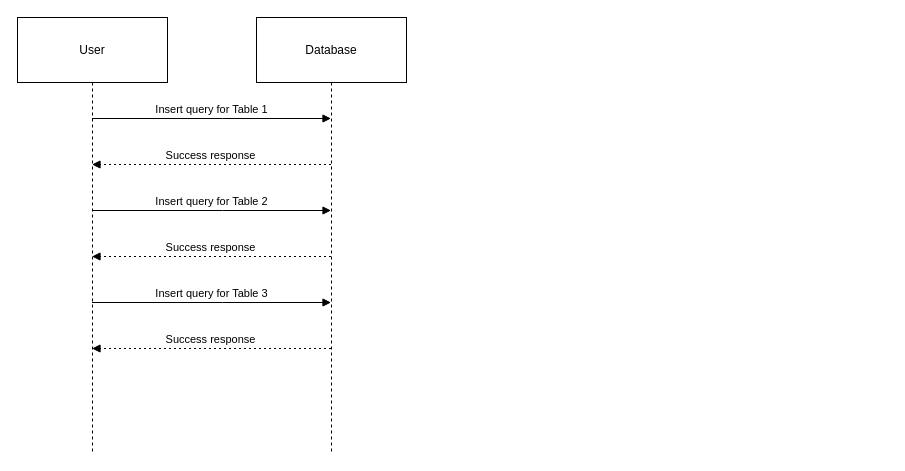
Earlier version of the draw.io diagram fnv_sequence_diagram.drawio (bb-midhunps/diagrams). Source tidied: cells renumbered, new cells numbered last; positions are measured from the earlier drawing's top-left corner, leaving out a move shared by most shapes. Both pictures are drawn from the tidied source at 100%, with x=0, y=0 at pixel (17, 17).
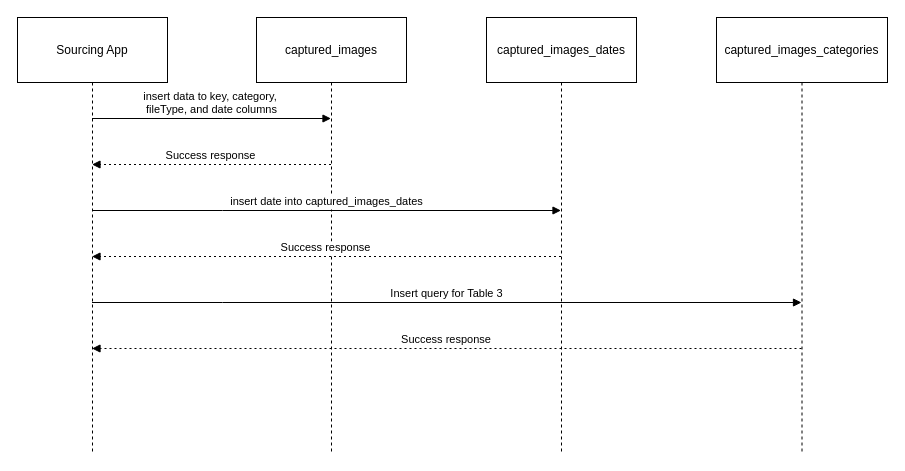
After the change.

What changed in the source:
```diff
@@
 <mxGraphModel>
   <root>
     <mxCell id="0" />
     <mxCell id="1" parent="0" />
-    <mxCell id="2" value="User" style="shape=umlLifeline;perimeter=lifelinePerimeter;whiteSpace=wrap;outlineConnect=0;portConstraint=eastwest;newEdgeStyle={&quot;edgeStyle&quot;:&quot;elbowEdgeStyle&quot;,&quot;elbow&quot;:&quot;vertical&quot;,&quot;curved&quot;:0,&quot;rounded&quot;:0};size=65;" parent="1" vertex="1">
+    <mxCell id="2" value="Sourcing App" style="shape=umlLifeline;perimeter=lifelinePerimeter;whiteSpace=wrap;outlineConnect=0;portConstraint=eastwest;newEdgeStyle={&quot;edgeStyle&quot;:&quot;elbowEdgeStyle&quot;,&quot;elbow&quot;:&quot;vertical&quot;,&quot;curved&quot;:0,&quot;rounded&quot;:0};size=65;" parent="1" vertex="1">
       <mxGeometry width="150" height="436" as="geometry" />
     </mxCell>
-    <mxCell id="3" value="Database" style="shape=umlLifeline;perimeter=lifelinePerimeter;whiteSpace=wrap;outlineConnect=0;portConstraint=eastwest;newEdgeStyle={&quot;edgeStyle&quot;:&quot;elbowEdgeStyle&quot;,&quot;elbow&quot;:&quot;vertical&quot;,&quot;curved&quot;:0,&quot;rounded&quot;:0};size=65;" parent="1" vertex="1">
+    <mxCell id="3" value="captured_images" style="shape=umlLifeline;perimeter=lifelinePerimeter;whiteSpace=wrap;outlineConnect=0;portConstraint=eastwest;newEdgeStyle={&quot;edgeStyle&quot;:&quot;elbowEdgeStyle&quot;,&quot;elbow&quot;:&quot;vertical&quot;,&quot;curved&quot;:0,&quot;rounded&quot;:0};size=65;" parent="1" vertex="1">
       <mxGeometry x="239" width="150" height="436" as="geometry" />
     </mxCell>
-    <mxCell id="4" value="Insert query for Table 1" style="verticalAlign=bottom;endArrow=block;edgeStyle=elbowEdgeStyle;elbow=vertical;curved=0;rounded=0;" parent="1" edge="1" source="2" target="3">
+    <mxCell id="4" value="insert data to key, category, &#10;fileType, and date columns" style="verticalAlign=bottom;endArrow=block;edgeStyle=elbowEdgeStyle;elbow=horizontal;curved=0;rounded=0;" parent="1" edge="1" source="2" target="3">
       <mxGeometry relative="1" as="geometry">
         <Array as="points">
           <mxPoint x="205" y="101" />
         </Array>
       </mxGeometry>
     </mxCell>
     <mxCell id="5" value="Success response" style="verticalAlign=bottom;endArrow=block;edgeStyle=elbowEdgeStyle;elbow=vertical;curved=0;rounded=0;dashed=1;dashPattern=2 3;" parent="1" edge="1" source="3" target="2">
       <mxGeometry relative="1" as="geometry">
         <Array as="points">
           <mxPoint x="205" y="147" />
         </Array>
       </mxGeometry>
     </mxCell>
-    <mxCell id="6" value="Insert query for Table 2" style="verticalAlign=bottom;endArrow=block;edgeStyle=elbowEdgeStyle;elbow=vertical;curved=0;rounded=0;" parent="1" edge="1" source="2" target="3">
+    <mxCell id="6" value="insert date into captured_images_dates" style="verticalAlign=bottom;endArrow=block;edgeStyle=elbowEdgeStyle;elbow=vertical;curved=0;rounded=0;" parent="1" edge="1" source="2" target="10">
       <mxGeometry relative="1" as="geometry">
         <Array as="points">
           <mxPoint x="205" y="193" />
         </Array>
       </mxGeometry>
     </mxCell>
-    <mxCell id="7" value="Success response" style="verticalAlign=bottom;endArrow=block;edgeStyle=elbowEdgeStyle;elbow=vertical;curved=0;rounded=0;dashed=1;dashPattern=2 3;" parent="1" edge="1" source="3" target="2">
+    <mxCell id="7" value="Success response" style="verticalAlign=bottom;endArrow=block;edgeStyle=elbowEdgeStyle;elbow=vertical;curved=0;rounded=0;dashed=1;dashPattern=2 3;" parent="1" edge="1" source="10" target="2">
       <mxGeometry relative="1" as="geometry">
         <Array as="points">
           <mxPoint x="205" y="239" />
         </Array>
       </mxGeometry>
     </mxCell>
-    <mxCell id="8" value="Insert query for Table 3" style="verticalAlign=bottom;endArrow=block;edgeStyle=elbowEdgeStyle;elbow=vertical;curved=0;rounded=0;" parent="1" edge="1" source="2" target="3">
+    <mxCell id="8" value="Insert query for Table 3" style="verticalAlign=bottom;endArrow=block;edgeStyle=elbowEdgeStyle;elbow=vertical;curved=0;rounded=0;" parent="1" edge="1" source="2" target="11">
       <mxGeometry relative="1" as="geometry">
         <Array as="points">
           <mxPoint x="205" y="285" />
         </Array>
       </mxGeometry>
     </mxCell>
-    <mxCell id="9" value="Success response" style="verticalAlign=bottom;endArrow=block;edgeStyle=elbowEdgeStyle;elbow=vertical;curved=0;rounded=0;dashed=1;dashPattern=2 3;" parent="1" edge="1" source="3" target="2">
+    <mxCell id="9" value="Success response" style="verticalAlign=bottom;endArrow=block;edgeStyle=elbowEdgeStyle;elbow=vertical;curved=0;rounded=0;dashed=1;dashPattern=2 3;" parent="1" edge="1" source="11" target="2">
       <mxGeometry relative="1" as="geometry">
         <Array as="points">
           <mxPoint x="205" y="331" />
         </Array>
       </mxGeometry>
     </mxCell>
+    <mxCell id="10" value="captured_images_dates" style="shape=umlLifeline;perimeter=lifelinePerimeter;whiteSpace=wrap;outlineConnect=0;portConstraint=eastwest;newEdgeStyle={&quot;edgeStyle&quot;:&quot;elbowEdgeStyle&quot;,&quot;elbow&quot;:&quot;vertical&quot;,&quot;curved&quot;:0,&quot;rounded&quot;:0};size=65;" parent="1" vertex="1">
+      <mxGeometry x="469" width="150" height="436" as="geometry" />
+    </mxCell>
+    <mxCell id="11" value="captured_images_categories" style="shape=umlLifeline;perimeter=lifelinePerimeter;whiteSpace=wrap;outlineConnect=0;portConstraint=eastwest;newEdgeStyle={&quot;edgeStyle&quot;:&quot;elbowEdgeStyle&quot;,&quot;elbow&quot;:&quot;vertical&quot;,&quot;curved&quot;:0,&quot;rounded&quot;:0};size=65;" parent="1" vertex="1">
+      <mxGeometry x="699" width="171" height="436" as="geometry" />
+    </mxCell>
   </root>
 </mxGraphModel>
```
